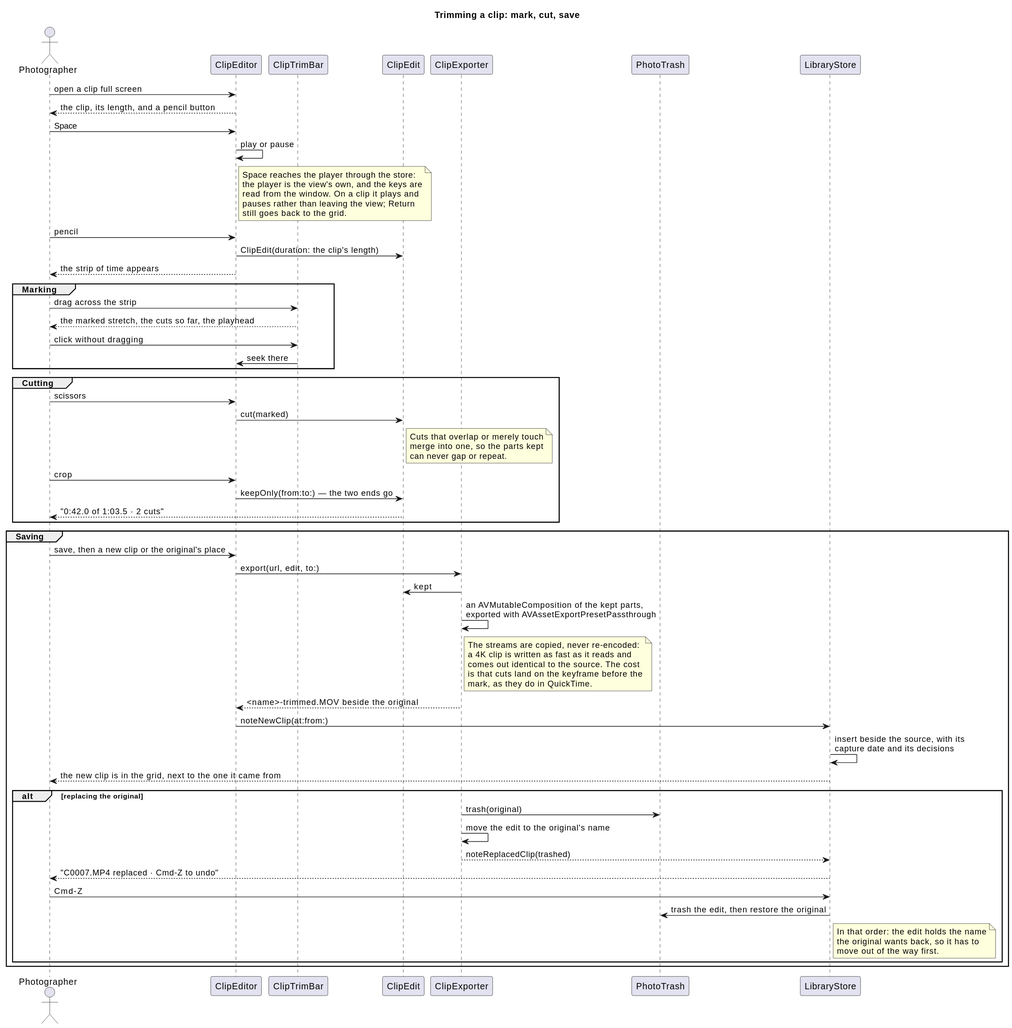
Earlier version of the PlantUML export docs/diagrams/trim-clip.svg (elcozy/culldash).
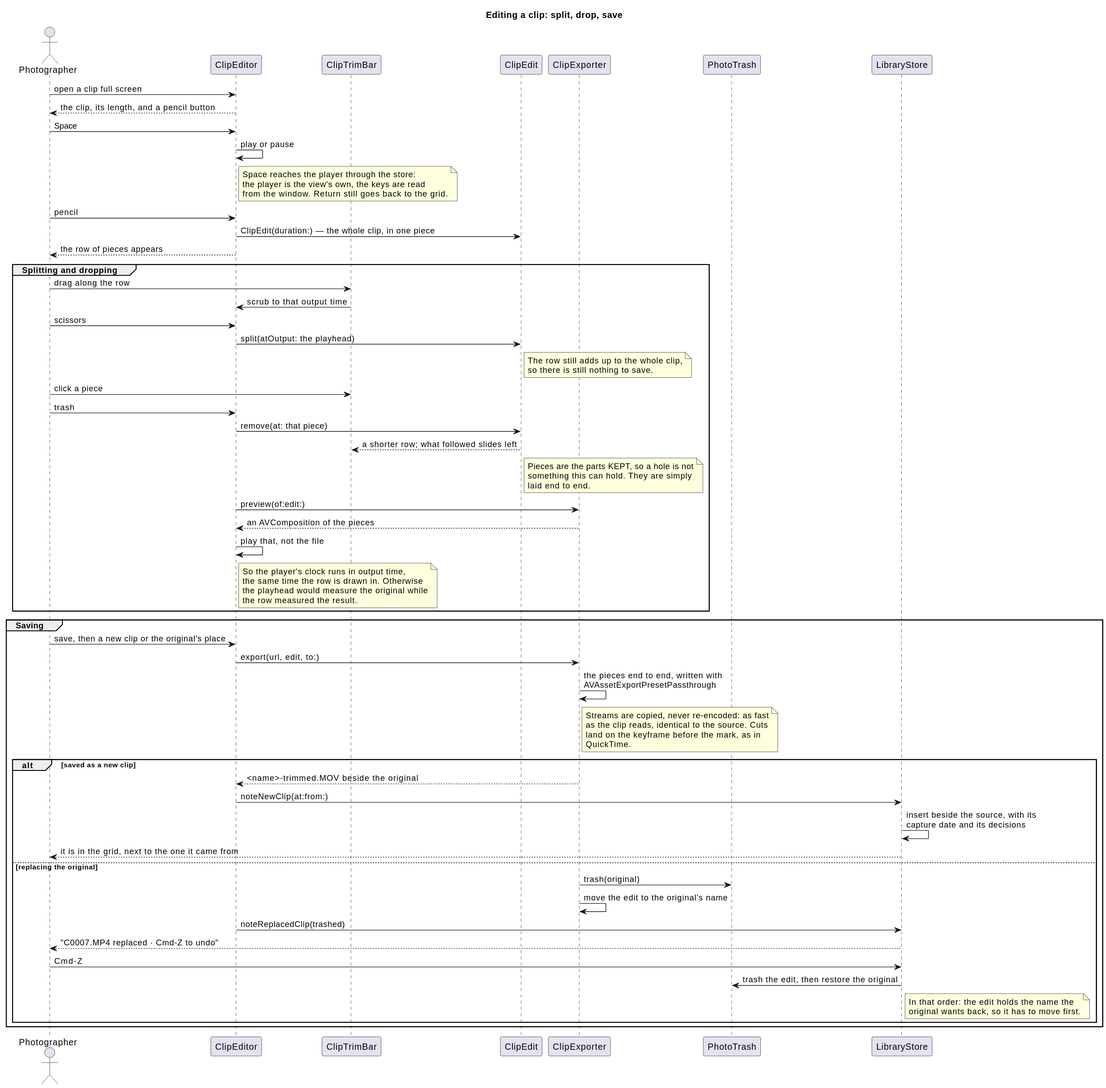
After the change.

Commit message:
Edit clips as a row of pieces, so dropping one closes the gap

Diff of the diagram source:
```diff
@@ -1,8 +1,8 @@
 @startuml
-title Trimming a clip: mark, cut, save
+title Editing a clip: split, drop, save
 actor Photographer as P
 participant ClipEditor as Editor
-participant ClipTrimBar as Bar
+participant ClipTrimBar as Row
 participant ClipEdit as Edit
 participant ClipExporter as Exporter
 participant PhotoTrash as Trash
@@ -14,64 +14,69 @@
 Editor -> Editor: play or pause
 note right of Editor
   Space reaches the player through the store:
-  the player is the view's own, and the keys are
-  read from the window. On a clip it plays and
-  pauses rather than leaving the view; Return
-  still goes back to the grid.
+  the player is the view's own, the keys are read
+  from the window. Return still goes back to the grid.
 end note
 
 P -> Editor: pencil
-Editor -> Edit: ClipEdit(duration: the clip's length)
-Editor --> P: the strip of time appears
+Editor -> Edit: ClipEdit(duration:) — the whole clip, in one piece
+Editor --> P: the row of pieces appears
 
-group Marking
-  P -> Bar: drag across the strip
-  Bar --> P: the marked stretch, the cuts so far, the playhead
-  P -> Bar: click without dragging
-  Bar -> Editor: seek there
-end
-
-group Cutting
+group Splitting and dropping
+  P -> Row: drag along the row
+  Row -> Editor: scrub to that output time
   P -> Editor: scissors
-  Editor -> Edit: cut(marked)
+  Editor -> Edit: split(atOutput: the playhead)
   note right of Edit
-    Cuts that overlap or merely touch
-    merge into one, so the parts kept
-    can never gap or repeat.
+    The row still adds up to the whole clip,
+    so there is still nothing to save.
   end note
-  P -> Editor: crop
-  Editor -> Edit: keepOnly(from:to:) — the two ends go
-  Edit --> P: "0:42.0 of 1:03.5 · 2 cuts"
+  P -> Row: click a piece
+  P -> Editor: trash
+  Editor -> Edit: remove(at: that piece)
+  Edit --> Row: a shorter row; what followed slides left
+  note right of Edit
+    Pieces are the parts KEPT, so a hole is not
+    something this can hold. They are simply
+    laid end to end.
+  end note
+  Editor -> Exporter: preview(of:edit:)
+  Exporter --> Editor: an AVComposition of the pieces
+  Editor -> Editor: play that, not the file
+  note right of Editor
+    So the player's clock runs in output time,
+    the same time the row is drawn in. Otherwise
+    the playhead would measure the original while
+    the row measured the result.
+  end note
 end
 
 group Saving
   P -> Editor: save, then a new clip or the original's place
   Editor -> Exporter: export(url, edit, to:)
-  Exporter -> Edit: kept
-  Exporter -> Exporter: an AVMutableComposition of the kept parts,\nexported with AVAssetExportPresetPassthrough
+  Exporter -> Exporter: the pieces end to end, written with\nAVAssetExportPresetPassthrough
   note right of Exporter
-    The streams are copied, never re-encoded:
-    a 4K clip is written as fast as it reads and
-    comes out identical to the source. The cost
-    is that cuts land on the keyframe before the
-    mark, as they do in QuickTime.
+    Streams are copied, never re-encoded: as fast
+    as the clip reads, identical to the source. Cuts
+    land on the keyframe before the mark, as in
+    QuickTime.
   end note
-  Exporter --> Editor: <name>-trimmed.MOV beside the original
-  Editor -> Store: noteNewClip(at:from:)
-  Store -> Store: insert beside the source, with its\ncapture date and its decisions
-  Store --> P: the new clip is in the grid, next to the one it came from
 
-  alt replacing the original
+  alt saved as a new clip
+    Exporter --> Editor: <name>-trimmed.MOV beside the original
+    Editor -> Store: noteNewClip(at:from:)
+    Store -> Store: insert beside the source, with its\ncapture date and its decisions
+    Store --> P: it is in the grid, next to the one it came from
+  else replacing the original
     Exporter -> Trash: trash(original)
     Exporter -> Exporter: move the edit to the original's name
-    Exporter --> Store: noteReplacedClip(trashed)
+    Editor -> Store: noteReplacedClip(trashed)
     Store --> P: "C0007.MP4 replaced · Cmd-Z to undo"
     P -> Store: Cmd-Z
     Store -> Trash: trash the edit, then restore the original
     note right of Store
-      In that order: the edit holds the name
-      the original wants back, so it has to
-      move out of the way first.
+      In that order: the edit holds the name the
+      original wants back, so it has to move first.
     end note
   end
 end
```
